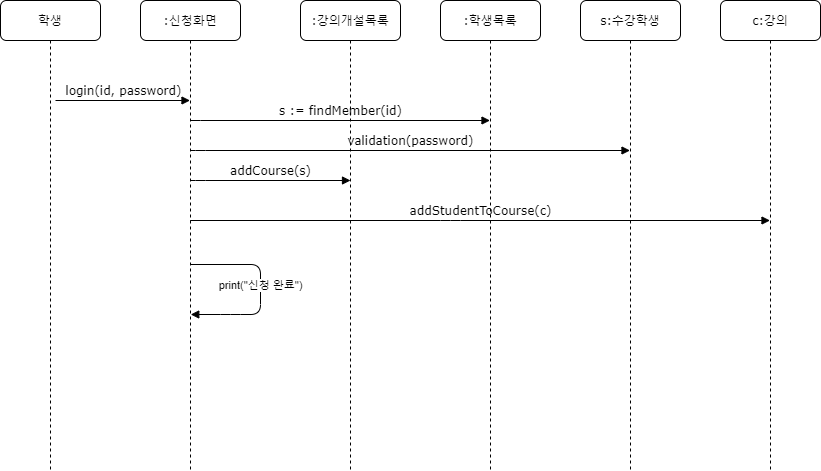
This is Untitled Diagram.png from Honeydews/git-training, a draw.io export, as it was before one commit. Source tidied: cells renumbered, new cells last; positions are measured from the earlier drawing's top-left corner, leaving out a move shared by most shapes.
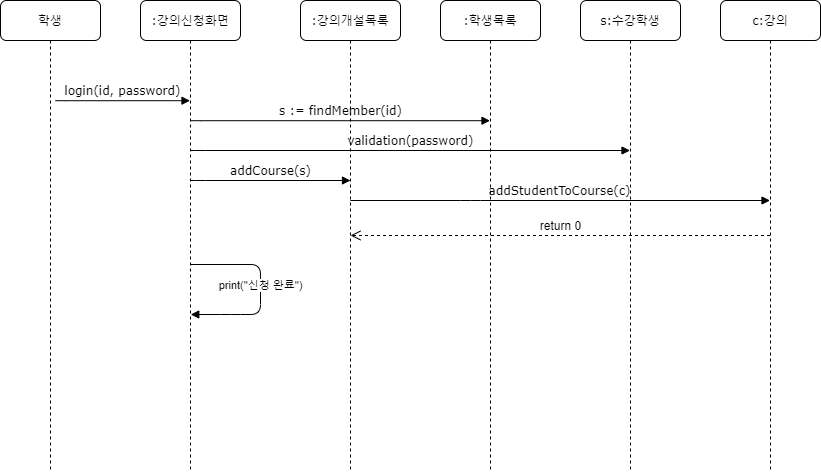
After the commit.

Commit message:
수강신청시퀀스다이어그램.png

The edit, as a diff of the source:
```diff
@@ -2,7 +2,7 @@
   <root>
     <mxCell id="0" />
     <mxCell id="1" parent="0" />
-    <mxCell id="2" value=":신청화면" style="shape=umlLifeline;perimeter=lifelinePerimeter;whiteSpace=wrap;html=1;outlineConnect=0;rounded=1;shadow=0;comic=0;labelBackgroundColor=none;strokeWidth=1;fontFamily=Verdana;fontSize=12;align=center;" parent="1" vertex="1">
+    <mxCell id="2" value=":강의신청화면" style="shape=umlLifeline;perimeter=lifelinePerimeter;whiteSpace=wrap;html=1;outlineConnect=0;rounded=1;shadow=0;comic=0;labelBackgroundColor=none;strokeWidth=1;fontFamily=Verdana;fontSize=12;align=center;" parent="1" vertex="1">
       <mxGeometry x="140" width="100" height="470" as="geometry" />
     </mxCell>
     <mxCell id="3" value=":강의개설목록" style="shape=umlLifeline;perimeter=lifelinePerimeter;whiteSpace=wrap;html=1;outlineConnect=0;rounded=1;shadow=0;comic=0;labelBackgroundColor=none;strokeWidth=1;fontFamily=Verdana;fontSize=12;align=center;" parent="1" vertex="1">
@@ -47,9 +47,10 @@
         </Array>
       </mxGeometry>
     </mxCell>
-    <mxCell id="12" value="addStudentToCourse(c)" style="html=1;verticalAlign=bottom;endArrow=block;labelBackgroundColor=none;fontFamily=Verdana;fontSize=12;edgeStyle=elbowEdgeStyle;elbow=vertical;" parent="1" edge="1" source="2" target="6">
+    <mxCell id="12" value="addStudentToCourse(c)" style="html=1;verticalAlign=bottom;endArrow=block;labelBackgroundColor=none;fontFamily=Verdana;fontSize=12;edgeStyle=elbowEdgeStyle;elbow=vertical;" parent="1" edge="1" source="3" target="6">
       <mxGeometry relative="1" as="geometry">
         <Array as="points">
+          <mxPoint x="470" y="200" />
           <mxPoint x="450" y="220" />
           <mxPoint x="190" y="200" />
         </Array>
@@ -66,5 +67,10 @@
         </Array>
       </mxGeometry>
     </mxCell>
+    <mxCell id="14" value="&lt;font style=&quot;font-size: 12px&quot;&gt;return 0&lt;/font&gt;" style="html=1;verticalAlign=bottom;endArrow=open;dashed=1;endSize=8;" parent="1" edge="1" source="6">
+      <mxGeometry relative="1" as="geometry">
+        <mxPoint x="350" y="235" as="targetPoint" />
+      </mxGeometry>
+    </mxCell>
   </root>
 </mxGraphModel>
```
